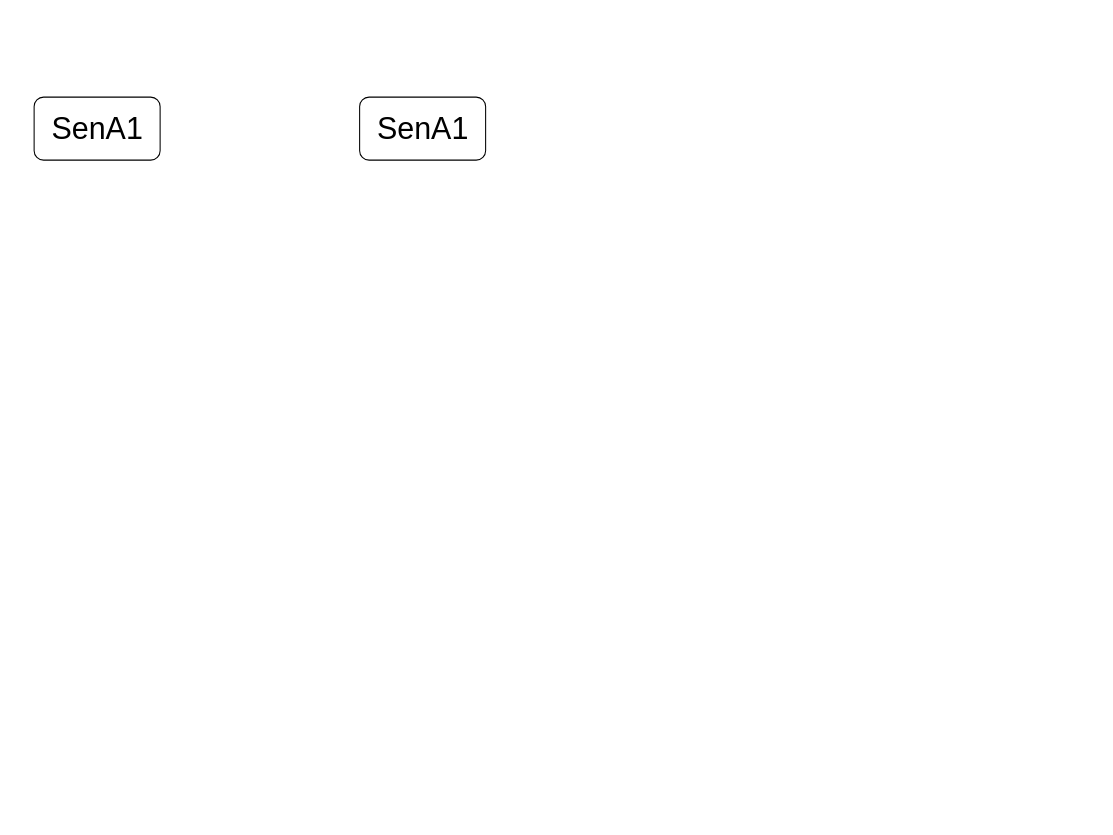
Earlier version of the draw.io diagram 未命名绘图.drawio (Alex0xf/ARTS). Source tidied: cells renumbered, new cells numbered last; positions are measured from the earlier drawing's top-left corner, leaving out a move shared by most shapes. Both pictures are drawn from the tidied source at 105%, with x=0, y=0 at pixel (34, 97).
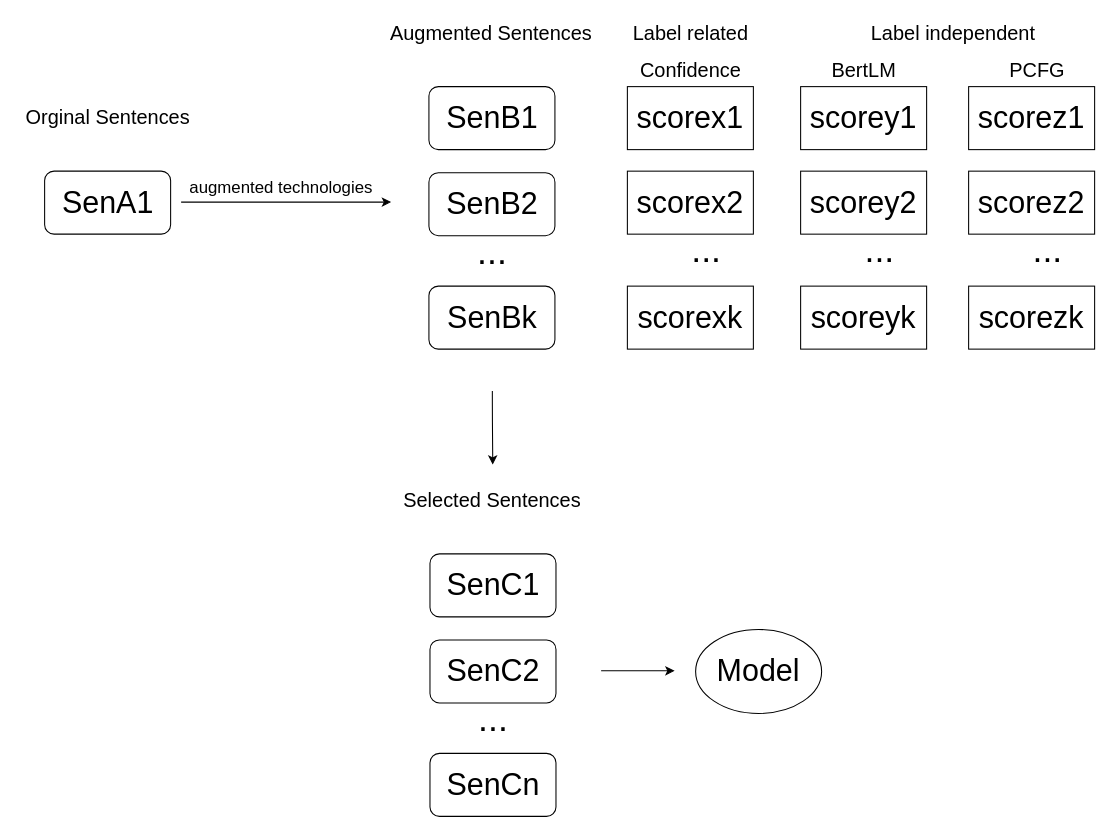
The same diagram, later.

The edit, as a diff of the source:
```diff
@@
     <mxCell id="2" style="rounded=1;whiteSpace=wrap;html=1;" parent="1" vertex="1">
-      <mxGeometry width="120" height="60" as="geometry" />
+      <mxGeometry x="10" y="70.5" width="120" height="60" as="geometry" />
     </mxCell>
+    <mxCell id="6" style="edgeStyle=orthogonalEdgeStyle;rounded=0;orthogonalLoop=1;jettySize=auto;html=1;fontSize=29;" parent="1" edge="1">
+      <mxGeometry relative="1" as="geometry">
+        <mxPoint x="140" y="100" as="sourcePoint" />
+        <mxPoint x="340" y="100" as="targetPoint" />
+      </mxGeometry>
+    </mxCell>
-    <mxCell id="3" value="&lt;font style=&quot;font-size: 29px&quot;&gt;SenA1&lt;/font&gt;" style="text;html=1;align=center;verticalAlign=middle;fillColor=none;strokeColor=none;rounded=0;fontSize=29;" parent="1" vertex="1">
-      <mxGeometry x="10" y="10" width="100" height="40" as="geometry" />
+    <mxCell id="3" value="&lt;font style=&quot;font-size: 29px&quot;&gt;SenA1&lt;/font&gt;" style="text;html=1;align=center;verticalAlign=middle;rounded=0;fontSize=29;" parent="1" vertex="1">
+      <mxGeometry x="20" y="80.5" width="100" height="40" as="geometry" />
     </mxCell>
     <mxCell id="4" style="rounded=1;whiteSpace=wrap;html=1;" parent="1" vertex="1">
-      <mxGeometry x="310" width="120" height="60" as="geometry" />
+      <mxGeometry x="376" y="72" width="120" height="60" as="geometry" />
     </mxCell>
-    <mxCell id="5" value="&lt;font style=&quot;font-size: 29px&quot;&gt;SenA1&lt;/font&gt;" style="text;html=1;align=center;verticalAlign=middle;fillColor=none;strokeColor=none;rounded=0;fontSize=29;" parent="1" vertex="1">
-      <mxGeometry x="320" y="10" width="100" height="40" as="geometry" />
+    <mxCell id="5" value="&lt;font style=&quot;font-size: 29px&quot;&gt;SenB2&lt;/font&gt;" style="text;html=1;align=center;verticalAlign=middle;fillColor=none;strokeColor=none;rounded=0;fontSize=29;" parent="1" vertex="1">
+      <mxGeometry x="386" y="82" width="100" height="40" as="geometry" />
     </mxCell>
+    <mxCell id="7" style="rounded=1;whiteSpace=wrap;html=1;" parent="1" vertex="1">
+      <mxGeometry x="376" y="-10" width="120" height="60" as="geometry" />
+    </mxCell>
+    <mxCell id="8" value="&lt;font style=&quot;font-size: 29px&quot;&gt;SenB1&lt;/font&gt;" style="text;html=1;align=center;verticalAlign=middle;fillColor=none;strokeColor=none;rounded=0;fontSize=29;" parent="1" vertex="1">
+      <mxGeometry x="386" width="100" height="40" as="geometry" />
+    </mxCell>
+    <mxCell id="9" style="rounded=1;whiteSpace=wrap;html=1;" parent="1" vertex="1">
+      <mxGeometry x="376" y="180" width="120" height="60" as="geometry" />
+    </mxCell>
+    <mxCell id="10" value="&lt;font style=&quot;font-size: 29px&quot;&gt;SenBk&lt;/font&gt;" style="text;html=1;align=center;verticalAlign=middle;fillColor=none;strokeColor=none;rounded=0;fontSize=29;" parent="1" vertex="1">
+      <mxGeometry x="386" y="190" width="100" height="40" as="geometry" />
+    </mxCell>
+    <mxCell id="11" value="Orginal Sentences" style="text;html=1;align=center;verticalAlign=middle;fontSize=19;" parent="1" vertex="1">
+      <mxGeometry x="-15" y="5" width="170" height="30" as="geometry" />
+    </mxCell>
+    <mxCell id="12" value="Augmented Sentences" style="text;html=1;align=center;verticalAlign=middle;fontSize=19;" parent="1" vertex="1">
+      <mxGeometry x="330" y="-75" width="210" height="30" as="geometry" />
+    </mxCell>
+    <mxCell id="13" value="..." style="text;html=1;align=center;verticalAlign=middle;fontSize=34;" parent="1" vertex="1">
+      <mxGeometry x="416" y="122" width="40" height="50" as="geometry" />
+    </mxCell>
+    <mxCell id="14" value="augmented technologies" style="text;html=1;align=center;verticalAlign=middle;fontSize=16;" parent="1" vertex="1">
+      <mxGeometry x="140" y="75.5" width="190" height="20" as="geometry" />
+    </mxCell>
+    <mxCell id="15" value="Label&amp;nbsp;&lt;span&gt;related&lt;/span&gt;" style="text;html=1;align=center;verticalAlign=middle;fontSize=19;" parent="1" vertex="1">
+      <mxGeometry x="560" y="-75" width="130" height="30" as="geometry" />
+    </mxCell>
+    <mxCell id="16" value="Label&amp;nbsp;independent" style="text;html=1;align=center;verticalAlign=middle;fontSize=19;" parent="1" vertex="1">
+      <mxGeometry x="790" y="-75" width="170" height="30" as="geometry" />
+    </mxCell>
+    <mxCell id="17" value="Confidence" style="text;html=1;align=center;verticalAlign=middle;fontSize=19;" parent="1" vertex="1">
+      <mxGeometry x="570" y="-40" width="110" height="30" as="geometry" />
+    </mxCell>
+    <mxCell id="18" value="BertLM" style="text;html=1;align=center;verticalAlign=middle;fontSize=19;" parent="1" vertex="1">
+      <mxGeometry x="750" y="-40" width="80" height="30" as="geometry" />
+    </mxCell>
+    <mxCell id="19" value="PCFG" style="text;html=1;align=center;verticalAlign=middle;fontSize=19;" parent="1" vertex="1">
+      <mxGeometry x="920" y="-40" width="70" height="30" as="geometry" />
+    </mxCell>
+    <mxCell id="20" value="&lt;font style=&quot;font-size: 29px&quot;&gt;scorex1&lt;/font&gt;" style="rounded=0;whiteSpace=wrap;html=1;sketch=0;" parent="1" vertex="1">
+      <mxGeometry x="565" y="-10" width="120" height="60" as="geometry" />
+    </mxCell>
+    <mxCell id="21" value="&lt;font style=&quot;font-size: 29px&quot;&gt;scorex2&lt;/font&gt;" style="rounded=0;whiteSpace=wrap;html=1;sketch=0;" parent="1" vertex="1">
+      <mxGeometry x="565" y="70.5" width="120" height="60" as="geometry" />
+    </mxCell>
+    <mxCell id="22" value="&lt;font style=&quot;font-size: 29px&quot;&gt;scorexk&lt;/font&gt;" style="rounded=0;whiteSpace=wrap;html=1;sketch=0;" parent="1" vertex="1">
+      <mxGeometry x="565" y="180" width="120" height="60" as="geometry" />
+    </mxCell>
+    <mxCell id="23" value="..." style="text;html=1;align=center;verticalAlign=middle;fontSize=34;" parent="1" vertex="1">
+      <mxGeometry x="620" y="120.5" width="40" height="50" as="geometry" />
+    </mxCell>
+    <mxCell id="24" value="&lt;font style=&quot;font-size: 29px&quot;&gt;scorey1&lt;/font&gt;" style="rounded=0;whiteSpace=wrap;html=1;sketch=0;" parent="1" vertex="1">
+      <mxGeometry x="730" y="-10" width="120" height="60" as="geometry" />
+    </mxCell>
+    <mxCell id="25" value="&lt;font style=&quot;font-size: 29px&quot;&gt;scorey2&lt;/font&gt;" style="rounded=0;whiteSpace=wrap;html=1;sketch=0;" parent="1" vertex="1">
+      <mxGeometry x="730" y="70.5" width="120" height="60" as="geometry" />
+    </mxCell>
+    <mxCell id="26" value="&lt;font style=&quot;font-size: 29px&quot;&gt;scoreyk&lt;/font&gt;" style="rounded=0;whiteSpace=wrap;html=1;sketch=0;" parent="1" vertex="1">
+      <mxGeometry x="730" y="180" width="120" height="60" as="geometry" />
+    </mxCell>
+    <mxCell id="27" value="..." style="text;html=1;align=center;verticalAlign=middle;fontSize=34;" parent="1" vertex="1">
+      <mxGeometry x="785" y="120.5" width="40" height="50" as="geometry" />
+    </mxCell>
+    <mxCell id="28" value="&lt;font style=&quot;font-size: 29px&quot;&gt;scorez1&lt;/font&gt;" style="rounded=0;whiteSpace=wrap;html=1;sketch=0;" parent="1" vertex="1">
+      <mxGeometry x="890" y="-10" width="120" height="60" as="geometry" />
+    </mxCell>
+    <mxCell id="29" value="&lt;font style=&quot;font-size: 29px&quot;&gt;scorez2&lt;/font&gt;" style="rounded=0;whiteSpace=wrap;html=1;sketch=0;" parent="1" vertex="1">
+      <mxGeometry x="890" y="70.5" width="120" height="60" as="geometry" />
+    </mxCell>
+    <mxCell id="30" value="&lt;font style=&quot;font-size: 29px&quot;&gt;scorezk&lt;/font&gt;" style="rounded=0;whiteSpace=wrap;html=1;sketch=0;" parent="1" vertex="1">
+      <mxGeometry x="890" y="180" width="120" height="60" as="geometry" />
+    </mxCell>
+    <mxCell id="31" value="..." style="text;html=1;align=center;verticalAlign=middle;fontSize=34;" parent="1" vertex="1">
+      <mxGeometry x="945" y="120.5" width="40" height="50" as="geometry" />
+    </mxCell>
+    <mxCell id="32" style="endArrow=classic;html=1;" parent="1" edge="1">
+      <mxGeometry relative="1" as="geometry">
+        <mxPoint x="436.4" y="280" as="sourcePoint" />
+        <mxPoint x="436.8" y="350" as="targetPoint" />
+        <Array as="points">
+          <mxPoint x="436.4" y="300" />
+        </Array>
+      </mxGeometry>
+    </mxCell>
+    <mxCell id="33" style="rounded=1;whiteSpace=wrap;html=1;" parent="1" vertex="1">
+      <mxGeometry x="377" y="517" width="120" height="60" as="geometry" />
+    </mxCell>
+    <mxCell id="34" value="&lt;font style=&quot;font-size: 29px&quot;&gt;SenC2&lt;/font&gt;" style="text;html=1;align=center;verticalAlign=middle;fillColor=none;strokeColor=none;rounded=0;fontSize=29;" parent="1" vertex="1">
+      <mxGeometry x="387" y="527" width="100" height="40" as="geometry" />
+    </mxCell>
+    <mxCell id="35" style="rounded=1;whiteSpace=wrap;html=1;" parent="1" vertex="1">
+      <mxGeometry x="377" y="435" width="120" height="60" as="geometry" />
+    </mxCell>
+    <mxCell id="36" value="&lt;font style=&quot;font-size: 29px&quot;&gt;SenC1&lt;/font&gt;" style="text;html=1;align=center;verticalAlign=middle;fillColor=none;strokeColor=none;rounded=0;fontSize=29;" parent="1" vertex="1">
+      <mxGeometry x="387" y="445" width="100" height="40" as="geometry" />
+    </mxCell>
+    <mxCell id="37" style="rounded=1;whiteSpace=wrap;html=1;" parent="1" vertex="1">
+      <mxGeometry x="377" y="625" width="120" height="60" as="geometry" />
+    </mxCell>
+    <mxCell id="38" value="&lt;font style=&quot;font-size: 29px&quot;&gt;SenCn&lt;/font&gt;" style="text;html=1;align=center;verticalAlign=middle;fillColor=none;strokeColor=none;rounded=0;fontSize=29;" parent="1" vertex="1">
+      <mxGeometry x="387" y="635" width="100" height="40" as="geometry" />
+    </mxCell>
+    <mxCell id="39" value="Selected Sentences" style="text;html=1;align=center;verticalAlign=middle;fontSize=19;" parent="1" vertex="1">
+      <mxGeometry x="346" y="370" width="180" height="30" as="geometry" />
+    </mxCell>
+    <mxCell id="40" value="..." style="text;html=1;align=center;verticalAlign=middle;fontSize=34;" parent="1" vertex="1">
+      <mxGeometry x="417" y="567" width="40" height="50" as="geometry" />
+    </mxCell>
+    <mxCell id="41" style="endArrow=classic;html=1;" parent="1" edge="1">
+      <mxGeometry relative="1" as="geometry">
+        <mxPoint x="540" y="546.4" as="sourcePoint" />
+        <mxPoint x="610" y="546.4" as="targetPoint" />
+      </mxGeometry>
+    </mxCell>
+    <mxCell id="42" value="&lt;font style=&quot;font-size: 29px&quot;&gt;Model&lt;/font&gt;" style="ellipse;whiteSpace=wrap;html=1;rounded=0;sketch=0;" parent="1" vertex="1">
+      <mxGeometry x="630" y="507" width="120" height="80" as="geometry" />
+    </mxCell>
```
